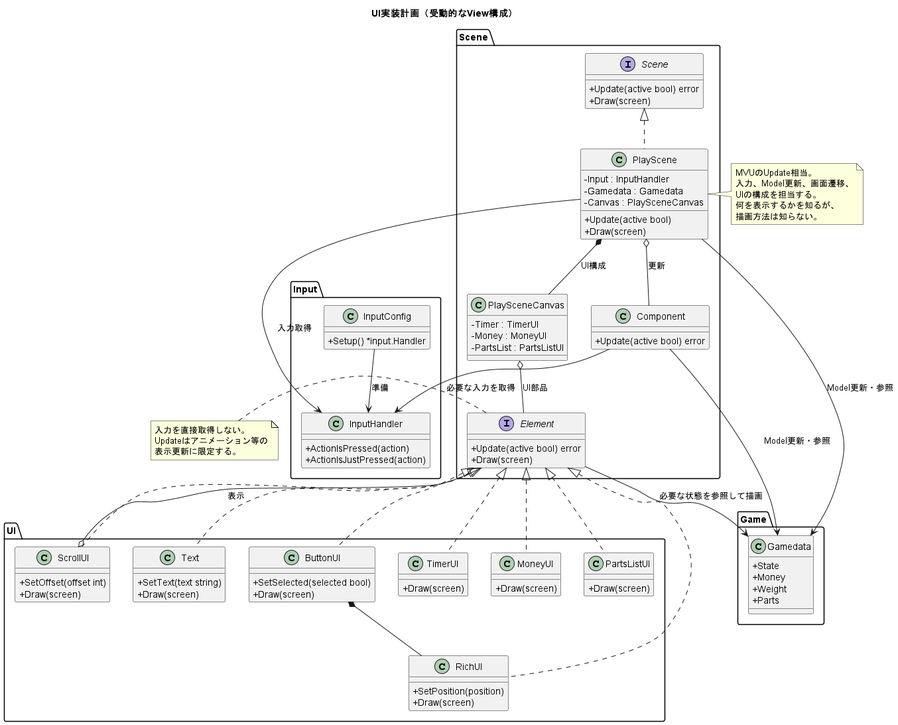
The PlantUML diagram Docs/UIRefactoring/UIArchitecture.png in kmc-jp/Gamedev_Tempura-of-p--Phenylazo-phenol, before a commit.
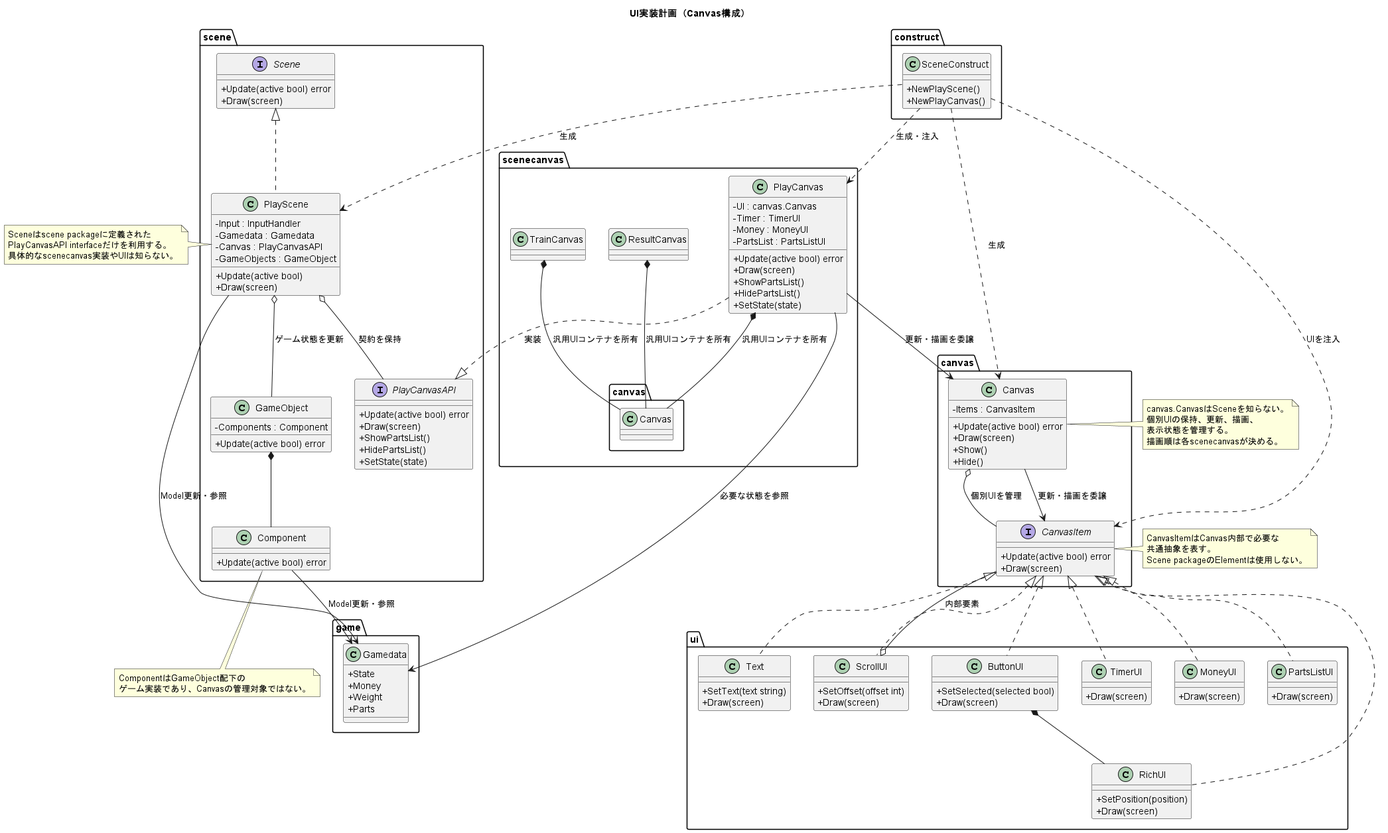
After the commit.

The edit, as a diff of the source:
```diff
@@ -1,22 +1,12 @@
 @startuml UIArchitecture
-title UI実装計画（受動的なView構成）
+title UI実装計画（Canvas構成）
 
 skinparam classAttributeIconSize 0
 
-package "Input" {
-    class InputConfig {
-        +Setup() *input.Handler
-    }
 
-    class InputHandler {
-        +ActionIsPressed(action)
-        +ActionIsJustPressed(action)
-    }
 
-    InputConfig --> InputHandler : 準備
-}
 
-package "Game" {
+package "game" {
     class Gamedata {
         +State
         +Money
@@ -25,7 +15,7 @@
     }
 }
 
-package "Scene" {
+package "scene" {
     interface Scene {
         +Update(active bool) error
         +Draw(screen)
@@ -34,32 +24,74 @@
     class PlayScene {
         -Input : InputHandler
         -Gamedata : Gamedata
-        -Canvas : PlaySceneCanvas
+        -Canvas : PlayCanvasAPI
+        -GameObjects : GameObject
         +Update(active bool)
         +Draw(screen)
     }
 
-    class PlaySceneCanvas {
-        -Timer : TimerUI
-        -Money : MoneyUI
-        -PartsList : PartsListUI
+    interface PlayCanvasAPI {
+        +Update(active bool) error
+        +Draw(screen)
+        +ShowPartsList()
+        +HidePartsList()
+        +SetState(state)
+    }
+
+    class GameObject {
+        -Components : Component
+        +Update(active bool) error
     }
 
     class Component {
         +Update(active bool) error
     }
 
-    interface Element {
+    Scene <|.. PlayScene
+    PlayScene o-- GameObject : ゲーム状態を更新
+    GameObject *-- Component
+}
+
+package "scenecanvas" {
+    class PlayCanvas {
+        -UI : canvas.Canvas
+        -Timer : TimerUI
+        -Money : MoneyUI
+        -PartsList : PartsListUI
+        +Update(active bool) error
+        +Draw(screen)
+        +ShowPartsList()
+        +HidePartsList()
+        +SetState(state)
+    }
+
+    class ResultCanvas
+    class TrainCanvas
+
+    PlayCanvas ..|> scene.PlayCanvasAPI : 実装
+    PlayCanvas *-- canvas.Canvas : 汎用UIコンテナを所有
+    ResultCanvas *-- canvas.Canvas : 汎用UIコンテナを所有
+    TrainCanvas *-- canvas.Canvas : 汎用UIコンテナを所有
+}
+
+package "canvas" {
+    class Canvas {
+        -Items : CanvasItem
+        +Update(active bool) error
+        +Draw(screen)
+        +Show()
+        +Hide()
+    }
+
+    interface CanvasItem {
         +Update(active bool) error
         +Draw(screen)
     }
 
-    Scene <|.. PlayScene
-    PlayScene o-- Component : 更新
-    PlayScene *-- PlaySceneCanvas : UI構成
+    Canvas o-- CanvasItem : 個別UIを管理
 }
 
-package "UI" {
+package "ui" {
     class Text {
         +SetText(text string)
         +Draw(screen)
@@ -92,36 +124,57 @@
         +Draw(screen)
     }
 
-    Element <|.. Text
-    Element <|.. RichUI
-    Element <|.. ButtonUI
-    Element <|.. ScrollUI
-    Element <|.. TimerUI
-    Element <|.. MoneyUI
-    Element <|.. PartsListUI
+    CanvasItem <|.. Text
+    CanvasItem <|.. RichUI
+    CanvasItem <|.. ButtonUI
+    CanvasItem <|.. ScrollUI
+    CanvasItem <|.. TimerUI
+    CanvasItem <|.. MoneyUI
+    CanvasItem <|.. PartsListUI
     ButtonUI *-- RichUI
-    ScrollUI o-- Element : 表示
+    ScrollUI o-- CanvasItem : 内部要素
 }
 
-PlayScene --> InputHandler : 入力取得
+package "construct" {
+    class SceneConstruct {
+        +NewPlayScene()
+        +NewPlayCanvas()
+    }
+}
+
 PlayScene --> Gamedata : Model更新・参照
-PlaySceneCanvas o-- Element : UI部品
-Element --> Gamedata : 必要な状態を参照して描画
-Component --> InputHandler : 必要な入力を取得
+PlayScene o-- scene.PlayCanvasAPI : 契約を保持
+PlayCanvas --> Gamedata : 必要な状態を参照
+PlayCanvas --> canvas.Canvas : 更新・描画を委譲
+canvas.Canvas --> CanvasItem : 更新・描画を委譲
 Component --> Gamedata : Model更新・参照
+SceneConstruct ..> PlayScene : 生成
+SceneConstruct ..> PlayCanvas : 生成・注入
+SceneConstruct ..> canvas.Canvas : 生成
+SceneConstruct ..> CanvasItem : UIを注入
 
-note left of Element
-入力を直接取得しない。
-Updateはアニメーション等の
-表示更新に限定する。
+note left of PlayScene
+Sceneはscene packageに定義された
+PlayCanvasAPI interfaceだけを利用する。
+具体的なscenecanvas実装やUIは知らない。
 end note
 
-note right of PlayScene
-MVUのUpdate相当。
-入力、Model更新、画面遷移、
-UIの構成を担当する。
-何を表示するかを知るが、
-描画方法は知らない。
+note right of canvas.Canvas
+canvas.CanvasはSceneを知らない。
+個別UIの保持、更新、描画、
+表示状態を管理する。
+描画順は各scenecanvasが決める。
+end note
+
+note bottom of Component
+ComponentはGameObject配下の
+ゲーム実装であり、Canvasの管理対象ではない。
+end note
+
+note left of CanvasItem
+CanvasItemはCanvas内部で必要な
+共通抽象を表す。
+Scene packageのElementは使用しない。
 end note
 
 @enduml
```
